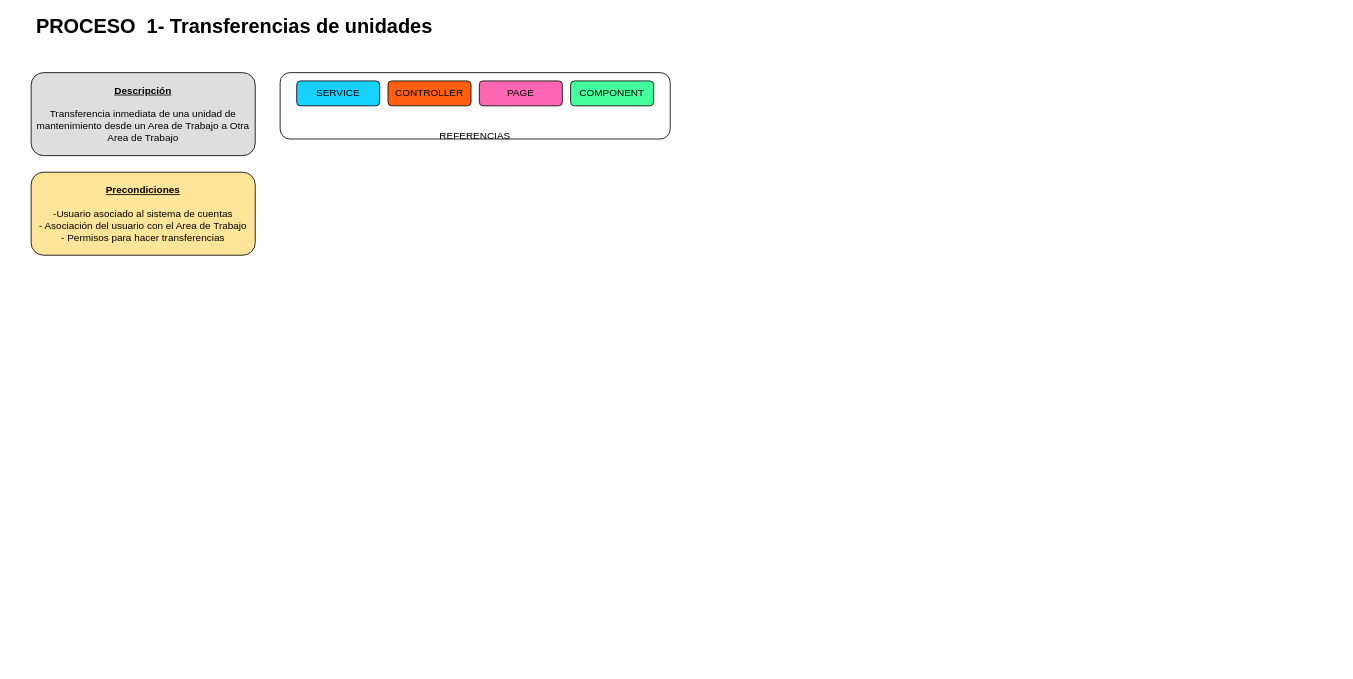
Above: TransferenciaUnidad.drawio in juanfstillo/draw-io (draw.io), before the change. Source tidied: cells renumbered, new cells numbered last; positions are measured from the earlier drawing's top-left corner, leaving out a move shared by most shapes. Both pictures are drawn from the tidied source at 83%, with x=0, y=0 at pixel (14, 14).
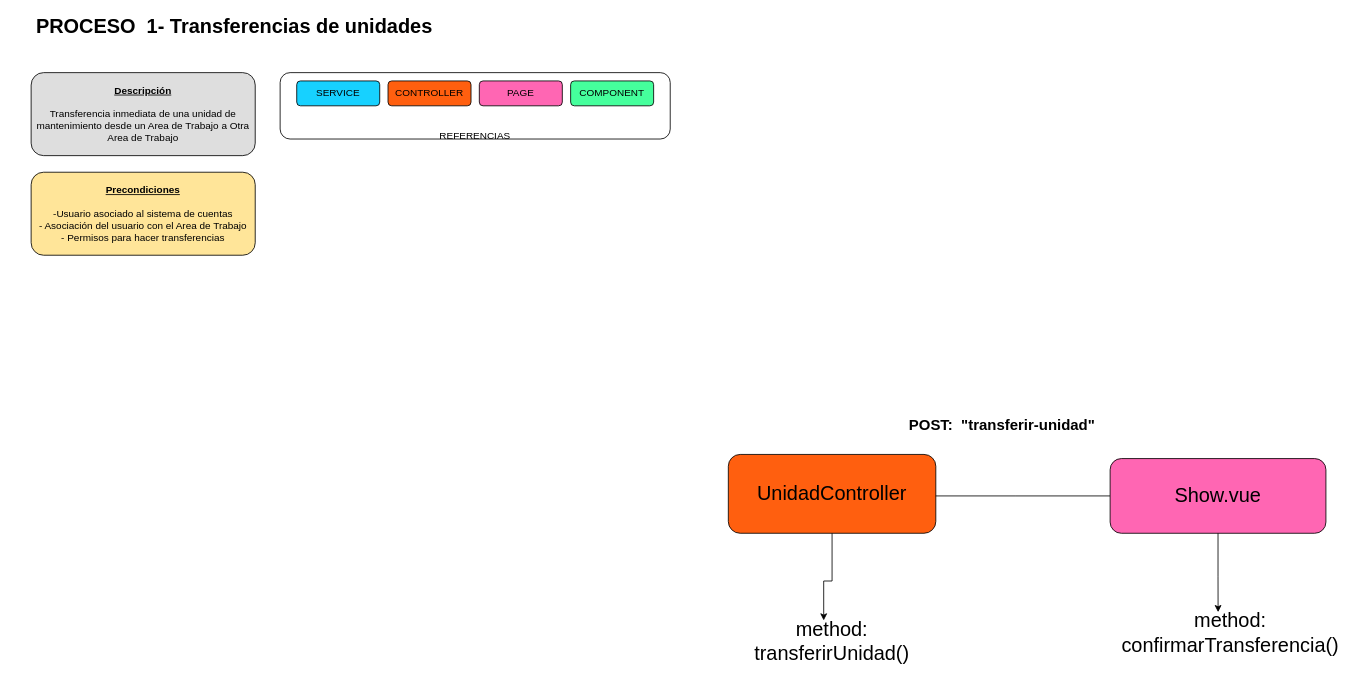
After the change.

Diff of the diagram source:
```diff
@@
 <mxGraphModel>
   <root>
     <mxCell id="0" />
     <mxCell id="1" parent="0" />
     <mxCell id="2" value="&lt;u&gt;&lt;b&gt;Descripción&lt;/b&gt;&lt;/u&gt;&lt;div&gt;&lt;br&gt;&lt;/div&gt;&lt;div&gt;Transferencia inmediata de una unidad de mantenimiento desde un Area de Trabajo a Otra Area de Trabajo&lt;/div&gt;" style="rounded=1;whiteSpace=wrap;html=1;fillColor=#DEDEDE;" parent="1" vertex="1">
       <mxGeometry x="20" y="70" width="270" height="100" as="geometry" />
     </mxCell>
     <mxCell id="3" value="&lt;div&gt;&lt;b&gt;&lt;u&gt;Precondiciones&lt;/u&gt;&lt;/b&gt;&lt;/div&gt;&lt;div&gt;&lt;b&gt;&lt;u&gt;&lt;br&gt;&lt;/u&gt;&lt;/b&gt;&lt;/div&gt;&lt;div&gt;-Usuario asociado al sistema de cuentas&lt;/div&gt;&lt;div&gt;- Asociación del usuario con el Area de Trabajo&lt;/div&gt;&lt;div&gt;- Permisos para hacer transferencias&lt;/div&gt;" style="rounded=1;whiteSpace=wrap;html=1;fillColor=#FFE599;" parent="1" vertex="1">
       <mxGeometry x="20" y="190" width="270" height="100" as="geometry" />
     </mxCell>
     <mxCell id="4" value="&lt;b&gt;&lt;font style=&quot;font-size: 24px;&quot;&gt;PROCESO&amp;nbsp; 1- Transferencias de unidades&lt;/font&gt;&lt;/b&gt;" style="text;html=1;align=center;verticalAlign=middle;whiteSpace=wrap;rounded=0;" parent="1" vertex="1">
       <mxGeometry width="530" height="30" as="geometry" />
     </mxCell>
     <mxCell id="5" style="group;" parent="1" vertex="1">
       <mxGeometry x="320" y="70" width="470" height="80" as="geometry" />
     </mxCell>
     <mxCell id="6" value="&lt;div&gt;&lt;br&gt;&lt;/div&gt;&lt;div&gt;&lt;br&gt;&lt;/div&gt;&lt;div&gt;&lt;br&gt;&lt;/div&gt;&lt;div&gt;&lt;br&gt;&lt;/div&gt;&lt;div&gt;&lt;br&gt;&lt;/div&gt;REFERENCIAS" style="rounded=1;whiteSpace=wrap;html=1;" parent="5" vertex="1">
       <mxGeometry width="470" height="80" as="geometry" />
     </mxCell>
     <mxCell id="7" value="SERVICE" style="rounded=1;whiteSpace=wrap;html=1;fillColor=#17D1FF;" parent="5" vertex="1">
       <mxGeometry x="20" y="10" width="100" height="30" as="geometry" />
     </mxCell>
     <mxCell id="8" value="CONTROLLER" style="rounded=1;whiteSpace=wrap;html=1;fillColor=#FF5F0F;" parent="5" vertex="1">
       <mxGeometry x="130" y="10" width="100" height="30" as="geometry" />
     </mxCell>
     <mxCell id="9" value="PAGE" style="rounded=1;whiteSpace=wrap;html=1;fillColor=#FF66B3;" parent="5" vertex="1">
       <mxGeometry x="240" y="10" width="100" height="30" as="geometry" />
     </mxCell>
     <mxCell id="10" value="COMPONENT" style="rounded=1;whiteSpace=wrap;html=1;fillColor=#45FF9C;" parent="5" vertex="1">
       <mxGeometry x="350" y="10" width="100" height="30" as="geometry" />
     </mxCell>
+    <mxCell id="11" style="edgeStyle=orthogonalEdgeStyle;rounded=0;jettySize=auto;html=1;" parent="1" edge="1" source="12">
+      <mxGeometry relative="1" as="geometry">
+        <mxPoint x="1090" y="580" as="targetPoint" />
+      </mxGeometry>
+    </mxCell>
+    <mxCell id="12" value="&lt;font style=&quot;font-size: 24px;&quot;&gt;Show.vue&lt;/font&gt;" style="rounded=1;whiteSpace=wrap;html=1;fillColor=#FF66B3;" parent="1" vertex="1">
+      <mxGeometry x="1320" y="535" width="260" height="90" as="geometry" />
+    </mxCell>
+    <mxCell id="13" value="&lt;font style=&quot;font-size: 24px;&quot;&gt;UnidadController&lt;/font&gt;" style="rounded=1;whiteSpace=wrap;html=1;fillColor=#FF5F0F;" parent="1" vertex="1">
+      <mxGeometry x="860" y="530" width="250" height="95" as="geometry" />
+    </mxCell>
+    <mxCell id="14" value="&lt;b&gt;&lt;font style=&quot;font-size: 18px;&quot;&gt;POST:&amp;nbsp; &quot;transferir-unidad&quot;&lt;/font&gt;&lt;/b&gt;" style="text;html=1;align=center;verticalAlign=middle;whiteSpace=wrap;rounded=0;" parent="1" vertex="1">
+      <mxGeometry x="1010" y="480" width="360" height="30" as="geometry" />
+    </mxCell>
+    <mxCell id="15" value="&lt;font style=&quot;font-size: 24px;&quot;&gt;method: transferirUnidad()&lt;/font&gt;" style="text;html=1;align=center;verticalAlign=middle;whiteSpace=wrap;rounded=0;" parent="1" vertex="1">
+      <mxGeometry x="880" y="740" width="210" height="30" as="geometry" />
+    </mxCell>
+    <mxCell id="16" value="&lt;font style=&quot;font-size: 24px;&quot;&gt;method: confirmarTransferencia()&lt;/font&gt;" style="text;html=1;align=center;verticalAlign=middle;whiteSpace=wrap;rounded=0;" parent="1" vertex="1">
+      <mxGeometry x="1360" y="730" width="210" height="30" as="geometry" />
+    </mxCell>
+    <mxCell id="17" style="edgeStyle=orthogonalEdgeStyle;rounded=0;jettySize=auto;html=1;entryX=0.429;entryY=-0.333;entryDx=0;entryDy=0;entryPerimeter=0;" parent="1" edge="1" source="12" target="16">
+      <mxGeometry relative="1" as="geometry" />
+    </mxCell>
+    <mxCell id="18" style="edgeStyle=orthogonalEdgeStyle;rounded=0;jettySize=auto;html=1;entryX=0.452;entryY=-0.333;entryDx=0;entryDy=0;entryPerimeter=0;" parent="1" edge="1" source="13" target="15">
+      <mxGeometry relative="1" as="geometry" />
+    </mxCell>
   </root>
 </mxGraphModel>
```
